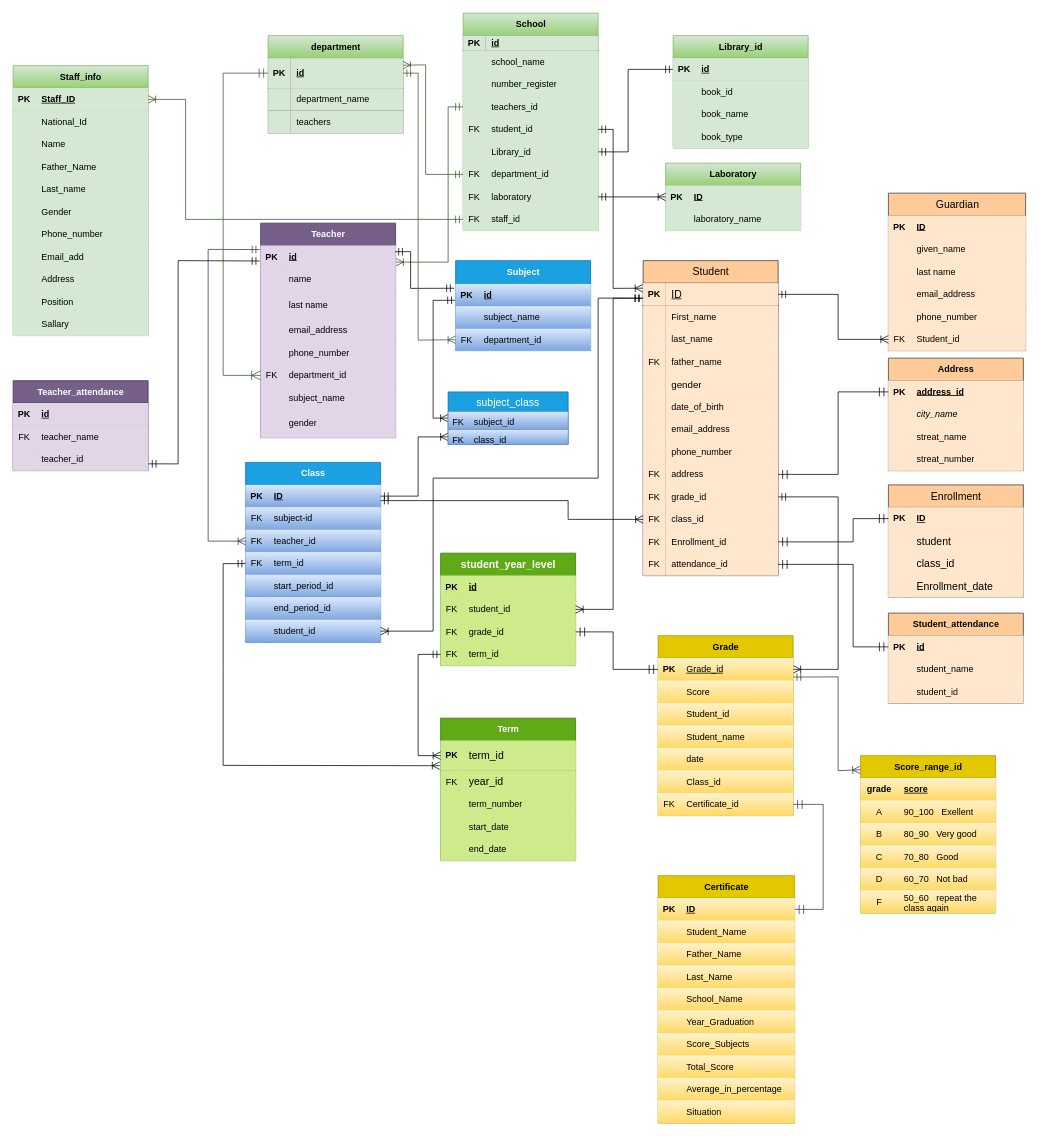
Before: page "Page-1" (1 of 2) of ERD for School.drawio in murtazaGharibyar1383/Database-for-school, a draw.io diagram. Source tidied: cells renumbered, new cells numbered last; positions are measured from the earlier drawing's top-left corner, leaving out a move shared by most shapes. Both pictures are drawn from the tidied source at 75%, with x=0, y=0 at pixel (13, 13).
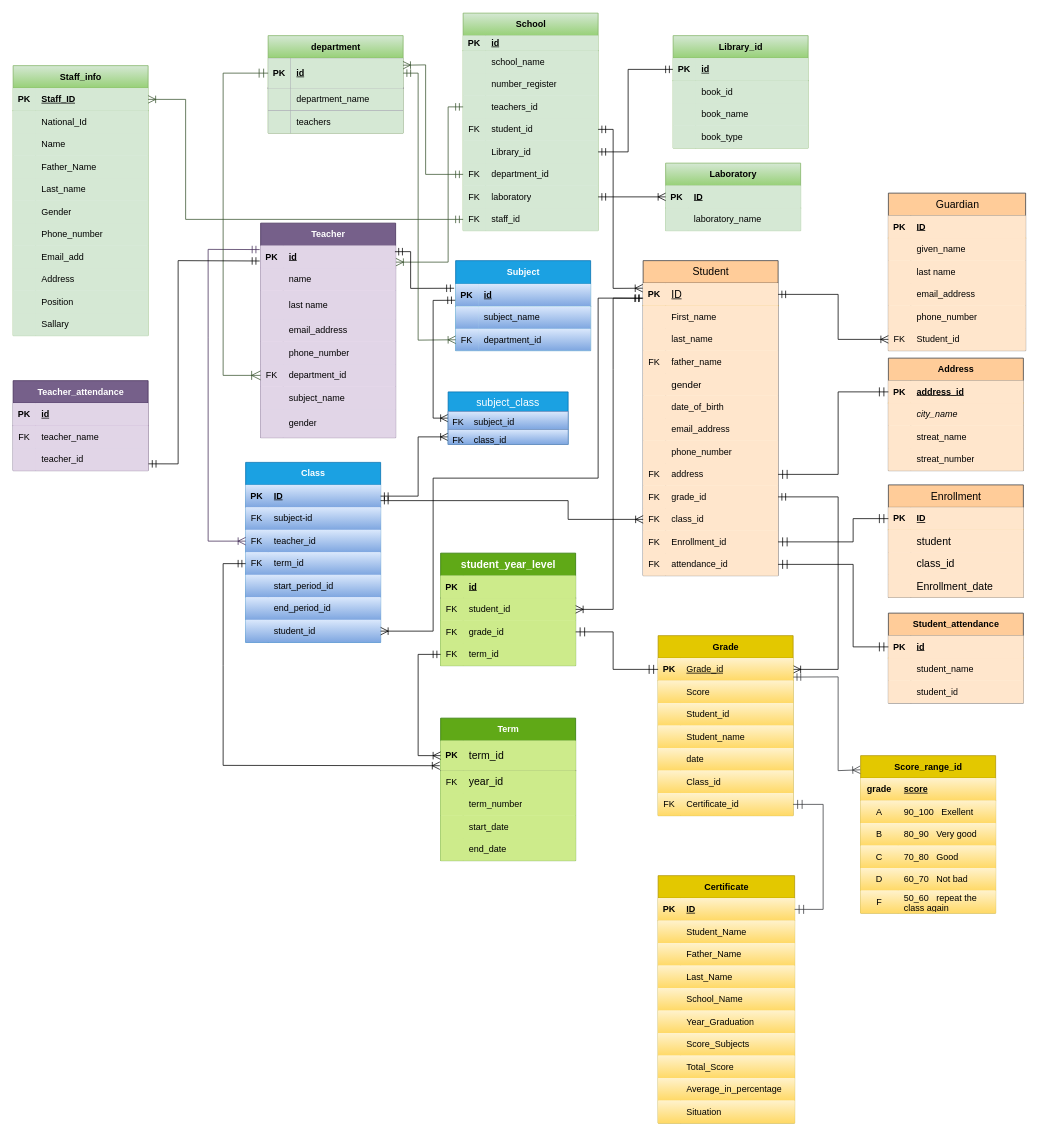
The same page after the edit.

Unchanged cells that the change refers to:
```xml
<mxCell id="2" value="Student" style="shape=table;startSize=30;childLayout=tableLayout;rowLines=0;fontStyle=0;align=center;html=1;fontSize=14;labelBackgroundColor=none;fillColor=#ffcc99;strokeColor=#36393d;rounded=0;" parent="1" vertex="1">
  <mxGeometry x="840" y="330" width="180" height="420" as="geometry" />
</mxCell>
<mxCell id="157" value="School" style="shape=table;startSize=30;childLayout=tableLayout;rowLines=0;fontStyle=1;align=center;html=1;fillColor=#d5e8d4;strokeColor=#82b366;rounded=0;gradientColor=#97d077;" parent="1" vertex="1">
  <mxGeometry x="600" width="180" height="290" as="geometry" />
</mxCell>
```

Diff of the diagram source:
```diff
@@
-    <mxCell id="3" style="shape=tableRow;horizontal=0;startSize=0;swimlaneHead=0;swimlaneBody=0;fillColor=none;points=[[0,0.5],[1,0.5]];portConstraint=eastwest;top=0;left=0;right=0;bottom=1;labelBackgroundColor=none;rounded=0;" parent="2" vertex="1">
+    <mxCell id="3" style="shape=tableRow;horizontal=0;startSize=0;swimlaneHead=0;swimlaneBody=0;fillColor=#ffe6cc;points=[[0,0.5],[1,0.5]];portConstraint=eastwest;top=0;left=0;right=0;bottom=1;labelBackgroundColor=none;rounded=0;strokeColor=#d79b00;" parent="2" vertex="1">
       <mxGeometry y="30" width="180" height="30" as="geometry" />
     </mxCell>
@@
-    <mxCell id="6" style="shape=tableRow;horizontal=0;startSize=0;swimlaneHead=0;swimlaneBody=0;fillColor=none;top=0;left=0;right=0;bottom=0;labelBackgroundColor=none;rounded=0;" parent="2" vertex="1">
+    <mxCell id="6" style="shape=tableRow;horizontal=0;startSize=0;swimlaneHead=0;swimlaneBody=0;fillColor=#ffe6cc;top=0;left=0;right=0;bottom=0;labelBackgroundColor=none;rounded=0;strokeColor=#d79b00;" parent="2" vertex="1">
       <mxGeometry y="60" width="180" height="30" as="geometry" />
     </mxCell>
@@
-    <mxCell id="9" style="shape=tableRow;horizontal=0;startSize=0;swimlaneHead=0;swimlaneBody=0;fillColor=none;top=0;left=0;right=0;bottom=0;labelBackgroundColor=none;rounded=0;" parent="2" vertex="1">
+    <mxCell id="9" style="shape=tableRow;horizontal=0;startSize=0;swimlaneHead=0;swimlaneBody=0;fillColor=#ffe6cc;top=0;left=0;right=0;bottom=0;labelBackgroundColor=none;rounded=0;strokeColor=#d79b00;" parent="2" vertex="1">
       <mxGeometry y="90" width="180" height="30" as="geometry" />
     </mxCell>
@@
-    <mxCell id="12" style="shape=tableRow;horizontal=0;startSize=0;swimlaneHead=0;swimlaneBody=0;fillColor=none;top=0;left=0;right=0;bottom=0;labelBackgroundColor=none;rounded=0;" parent="2" vertex="1">
+    <mxCell id="12" style="shape=tableRow;horizontal=0;startSize=0;swimlaneHead=0;swimlaneBody=0;fillColor=#ffe6cc;top=0;left=0;right=0;bottom=0;labelBackgroundColor=none;rounded=0;strokeColor=#d79b00;" parent="2" vertex="1">
       <mxGeometry y="120" width="180" height="30" as="geometry" />
     </mxCell>
@@
-    <mxCell id="15" style="shape=tableRow;horizontal=0;startSize=0;swimlaneHead=0;swimlaneBody=0;fillColor=none;top=0;left=0;right=0;bottom=0;labelBackgroundColor=none;rounded=0;" parent="2" vertex="1">
+    <mxCell id="15" style="shape=tableRow;horizontal=0;startSize=0;swimlaneHead=0;swimlaneBody=0;fillColor=#ffe6cc;top=0;left=0;right=0;bottom=0;labelBackgroundColor=none;rounded=0;strokeColor=#d79b00;" parent="2" vertex="1">
       <mxGeometry y="150" width="180" height="30" as="geometry" />
     </mxCell>
@@
-    <mxCell id="18" style="shape=tableRow;horizontal=0;startSize=0;swimlaneHead=0;swimlaneBody=0;fillColor=none;top=0;left=0;right=0;bottom=0;labelBackgroundColor=none;rounded=0;" parent="2" vertex="1">
+    <mxCell id="18" style="shape=tableRow;horizontal=0;startSize=0;swimlaneHead=0;swimlaneBody=0;fillColor=#ffe6cc;top=0;left=0;right=0;bottom=0;labelBackgroundColor=none;rounded=0;strokeColor=#d79b00;" parent="2" vertex="1">
       <mxGeometry y="180" width="180" height="30" as="geometry" />
     </mxCell>
@@
-    <mxCell id="21" style="shape=tableRow;horizontal=0;startSize=0;swimlaneHead=0;swimlaneBody=0;fillColor=none;top=0;left=0;right=0;bottom=0;labelBackgroundColor=none;rounded=0;" parent="2" vertex="1">
+    <mxCell id="21" style="shape=tableRow;horizontal=0;startSize=0;swimlaneHead=0;swimlaneBody=0;fillColor=#ffe6cc;top=0;left=0;right=0;bottom=0;labelBackgroundColor=none;rounded=0;strokeColor=#d79b00;" parent="2" vertex="1">
       <mxGeometry y="210" width="180" height="30" as="geometry" />
     </mxCell>
@@
-    <mxCell id="24" style="shape=tableRow;horizontal=0;startSize=0;swimlaneHead=0;swimlaneBody=0;fillColor=none;top=0;left=0;right=0;bottom=0;labelBackgroundColor=none;rounded=0;" parent="2" vertex="1">
+    <mxCell id="24" style="shape=tableRow;horizontal=0;startSize=0;swimlaneHead=0;swimlaneBody=0;fillColor=#ffe6cc;top=0;left=0;right=0;bottom=0;labelBackgroundColor=none;rounded=0;strokeColor=#d79b00;" parent="2" vertex="1">
       <mxGeometry y="240" width="180" height="30" as="geometry" />
     </mxCell>
@@
-    <mxCell id="27" style="shape=tableRow;horizontal=0;startSize=0;swimlaneHead=0;swimlaneBody=0;fillColor=none;points=[[0,0.5],[1,0.5]];portConstraint=eastwest;top=0;left=0;right=0;bottom=0;labelBackgroundColor=none;rounded=0;" parent="2" vertex="1">
+    <mxCell id="27" style="shape=tableRow;horizontal=0;startSize=0;swimlaneHead=0;swimlaneBody=0;fillColor=#ffe6cc;points=[[0,0.5],[1,0.5]];portConstraint=eastwest;top=0;left=0;right=0;bottom=0;labelBackgroundColor=none;rounded=0;strokeColor=#d79b00;" parent="2" vertex="1">
       <mxGeometry y="270" width="180" height="30" as="geometry" />
     </mxCell>
@@
-    <mxCell id="30" style="shape=tableRow;horizontal=0;startSize=0;swimlaneHead=0;swimlaneBody=0;fillColor=none;points=[[0,0.5],[1,0.5]];portConstraint=eastwest;top=0;left=0;right=0;bottom=0;labelBackgroundColor=none;rounded=0;" parent="2" vertex="1">
+    <mxCell id="30" style="shape=tableRow;horizontal=0;startSize=0;swimlaneHead=0;swimlaneBody=0;fillColor=#ffe6cc;points=[[0,0.5],[1,0.5]];portConstraint=eastwest;top=0;left=0;right=0;bottom=0;labelBackgroundColor=none;rounded=0;strokeColor=#d79b00;" parent="2" vertex="1">
       <mxGeometry y="300" width="180" height="30" as="geometry" />
     </mxCell>
@@
-    <mxCell id="33" style="shape=tableRow;horizontal=0;startSize=0;swimlaneHead=0;swimlaneBody=0;fillColor=none;points=[[0,0.5],[1,0.5]];portConstraint=eastwest;top=0;left=0;right=0;bottom=0;labelBackgroundColor=none;rounded=0;" parent="2" vertex="1">
+    <mxCell id="33" style="shape=tableRow;horizontal=0;startSize=0;swimlaneHead=0;swimlaneBody=0;fillColor=#ffe6cc;points=[[0,0.5],[1,0.5]];portConstraint=eastwest;top=0;left=0;right=0;bottom=0;labelBackgroundColor=none;rounded=0;strokeColor=#d79b00;" parent="2" vertex="1">
       <mxGeometry y="330" width="180" height="30" as="geometry" />
     </mxCell>
@@
-    <mxCell id="36" style="shape=tableRow;horizontal=0;startSize=0;swimlaneHead=0;swimlaneBody=0;fillColor=none;points=[[0,0.5],[1,0.5]];portConstraint=eastwest;top=0;left=0;right=0;bottom=0;labelBackgroundColor=none;rounded=0;" parent="2" vertex="1">
+    <mxCell id="36" style="shape=tableRow;horizontal=0;startSize=0;swimlaneHead=0;swimlaneBody=0;fillColor=#ffe6cc;points=[[0,0.5],[1,0.5]];portConstraint=eastwest;top=0;left=0;right=0;bottom=0;labelBackgroundColor=none;rounded=0;strokeColor=#d79b00;" parent="2" vertex="1">
       <mxGeometry y="360" width="180" height="30" as="geometry" />
     </mxCell>
@@
-    <mxCell id="39" style="shape=tableRow;horizontal=0;startSize=0;swimlaneHead=0;swimlaneBody=0;fillColor=none;points=[[0,0.5],[1,0.5]];portConstraint=eastwest;top=0;left=0;right=0;bottom=0;labelBackgroundColor=none;rounded=0;" parent="2" vertex="1">
+    <mxCell id="39" style="shape=tableRow;horizontal=0;startSize=0;swimlaneHead=0;swimlaneBody=0;fillColor=#ffe6cc;points=[[0,0.5],[1,0.5]];portConstraint=eastwest;top=0;left=0;right=0;bottom=0;labelBackgroundColor=none;rounded=0;strokeColor=#d79b00;" parent="2" vertex="1">
       <mxGeometry y="390" width="180" height="30" as="geometry" />
     </mxCell>
@@
-    <mxCell id="158" style="shape=tableRow;horizontal=0;startSize=0;swimlaneHead=0;swimlaneBody=0;fillColor=#76608a;top=0;left=0;right=0;bottom=1;strokeColor=#432D57;rounded=0;fontColor=#ffffff;" parent="157" vertex="1">
+    <mxCell id="158" style="shape=tableRow;horizontal=0;startSize=0;swimlaneHead=0;swimlaneBody=0;fillColor=#d5e8d4;top=0;left=0;right=0;bottom=1;strokeColor=#82b366;rounded=0;" parent="157" vertex="1">
       <mxGeometry y="30" width="180" height="20" as="geometry" />
     </mxCell>
```
